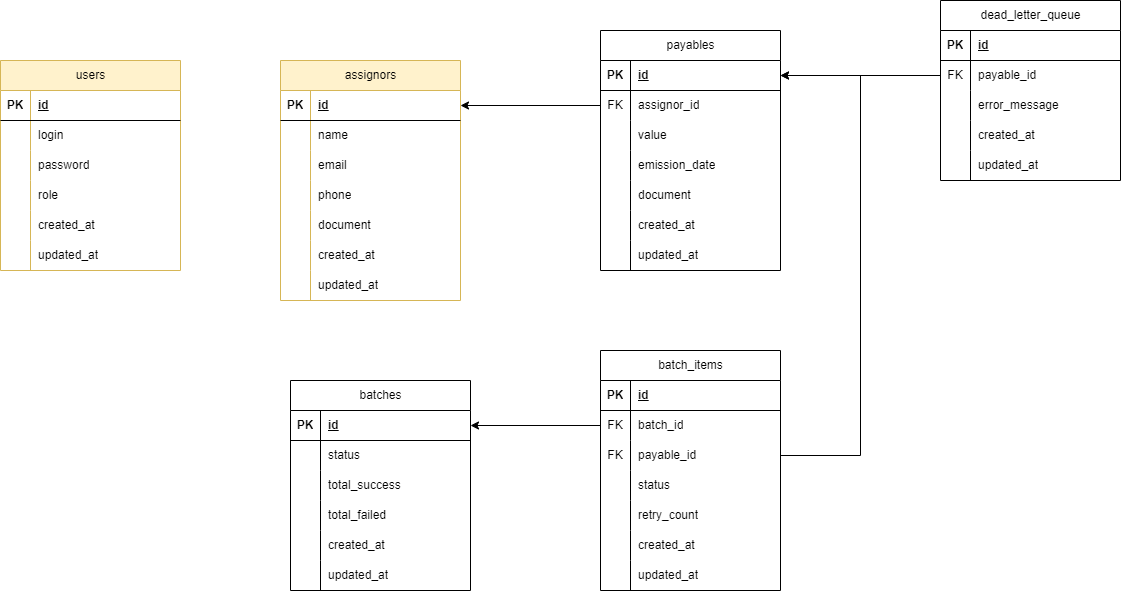
This is project/back-end/doc/diagram.drawio.png from pedrohygorveras/aprove-me, a draw.io export, as it was before one commit. Source tidied: cells renumbered, new cells last; positions are measured from the earlier drawing's top-left corner, leaving out a move shared by most shapes.
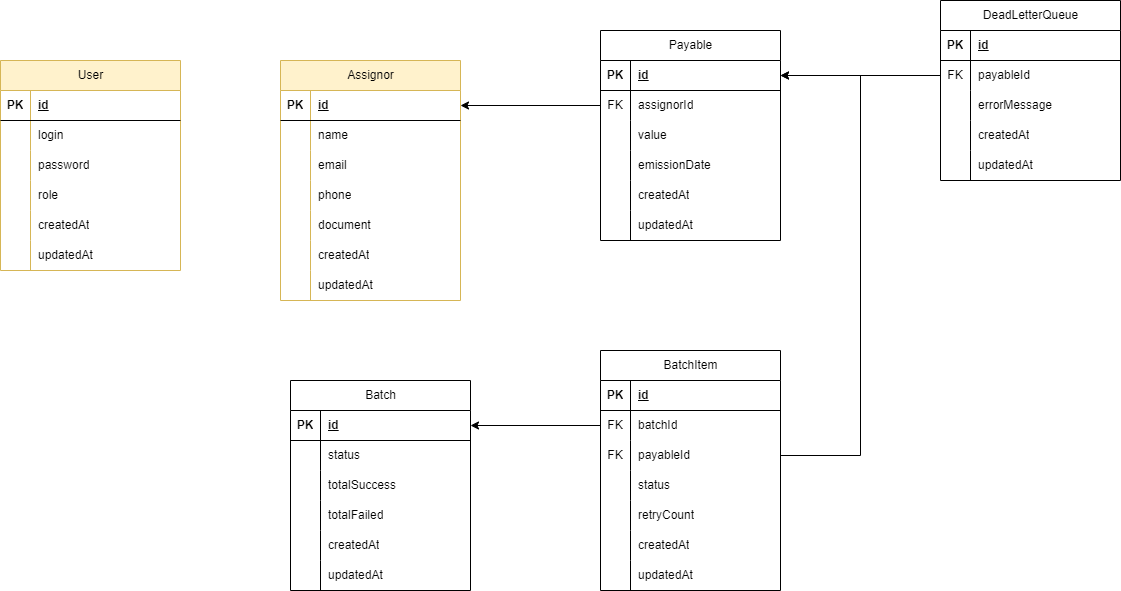
After the commit.

Commit message:
dd: project documentation and database diagram (diagram.drawio, diagram.drawio.png)

What changed in the source:
```diff
@@ -4,3 +4,3 @@
     <mxCell id="1" parent="0" />
-    <mxCell id="2" value="&lt;span style=&quot;font-weight: 400; text-wrap: wrap;&quot;&gt;assignors&lt;/span&gt;" style="shape=table;startSize=30;rowLines=0;fontStyle=1;align=center;html=1;fillColor=#fff2cc;strokeColor=#d6b656;" parent="1" vertex="1">
+    <mxCell id="2" value="&lt;span style=&quot;font-weight: 400; text-wrap: wrap;&quot;&gt;Assignor&lt;/span&gt;" style="shape=table;startSize=30;rowLines=0;fontStyle=1;align=center;html=1;fillColor=#fff2cc;strokeColor=#d6b656;" parent="1" vertex="1">
       <mxGeometry x="280" y="60" width="180" height="240" as="geometry" />
@@ -58,3 +58,3 @@
     </mxCell>
-    <mxCell id="20" value="created_at" style="shape=partialRectangle;fillColor=none;top=0;left=0;bottom=0;right=0;align=left;spacingLeft=6;overflow=hidden;whiteSpace=wrap;html=1;" parent="18" vertex="1">
+    <mxCell id="20" value="createdAt" style="shape=partialRectangle;fillColor=none;top=0;left=0;bottom=0;right=0;align=left;spacingLeft=6;overflow=hidden;whiteSpace=wrap;html=1;" parent="18" vertex="1">
       <mxGeometry x="30" width="150" height="30" as="geometry" />
@@ -67,7 +67,7 @@
     </mxCell>
-    <mxCell id="23" value="updated_at" style="shape=partialRectangle;fillColor=none;top=0;left=0;bottom=0;right=0;align=left;spacingLeft=6;overflow=hidden;whiteSpace=wrap;html=1;" parent="21" vertex="1">
+    <mxCell id="23" value="updatedAt" style="shape=partialRectangle;fillColor=none;top=0;left=0;bottom=0;right=0;align=left;spacingLeft=6;overflow=hidden;whiteSpace=wrap;html=1;" parent="21" vertex="1">
       <mxGeometry x="30" width="150" height="30" as="geometry" />
     </mxCell>
-    <mxCell id="24" value="&lt;span style=&quot;font-weight: 400; text-wrap: wrap;&quot;&gt;payables&lt;/span&gt;" style="shape=table;startSize=30;rowLines=0;fontStyle=1;align=center;html=1;" parent="1" vertex="1">
-      <mxGeometry x="600" y="30" width="180" height="240" as="geometry" />
+    <mxCell id="24" value="&lt;span style=&quot;font-weight: 400; text-wrap: wrap;&quot;&gt;Payable&lt;/span&gt;" style="shape=table;startSize=30;rowLines=0;fontStyle=1;align=center;html=1;" parent="1" vertex="1">
+      <mxGeometry x="600" y="30" width="180" height="210" as="geometry" />
     </mxCell>
@@ -88,3 +88,3 @@
     </mxCell>
-    <mxCell id="30" value="assignor_id" style="shape=partialRectangle;fillColor=none;top=0;left=0;bottom=0;right=0;align=left;spacingLeft=6;overflow=hidden;whiteSpace=wrap;html=1;" parent="28" vertex="1">
+    <mxCell id="30" value="assignorId" style="shape=partialRectangle;fillColor=none;top=0;left=0;bottom=0;right=0;align=left;spacingLeft=6;overflow=hidden;whiteSpace=wrap;html=1;" parent="28" vertex="1">
       <mxGeometry x="30" width="150" height="30" as="geometry" />
@@ -106,16 +106,7 @@
     </mxCell>
-    <mxCell id="36" value="emission_date" style="shape=partialRectangle;fillColor=none;top=0;left=0;bottom=0;right=0;align=left;spacingLeft=6;overflow=hidden;whiteSpace=wrap;html=1;" parent="34" vertex="1">
+    <mxCell id="36" value="emissionDate" style="shape=partialRectangle;fillColor=none;top=0;left=0;bottom=0;right=0;align=left;spacingLeft=6;overflow=hidden;whiteSpace=wrap;html=1;" parent="34" vertex="1">
       <mxGeometry x="30" width="150" height="30" as="geometry" />
     </mxCell>
-    <mxCell id="37" style="shape=tableRow;horizontal=0;startSize=0;swimlaneHead=0;swimlaneBody=0;fillColor=none;top=0;left=0;right=0;bottom=0;" parent="24" vertex="1">
-      <mxGeometry y="150" width="180" height="30" as="geometry" />
-    </mxCell>
-    <mxCell id="38" style="shape=partialRectangle;fillColor=none;top=0;left=0;bottom=0;right=0;overflow=hidden;whiteSpace=wrap;html=1;" parent="37" vertex="1">
-      <mxGeometry width="30" height="30" as="geometry" />
-    </mxCell>
-    <mxCell id="39" value="document" style="shape=partialRectangle;fillColor=none;top=0;left=0;bottom=0;right=0;align=left;spacingLeft=6;overflow=hidden;whiteSpace=wrap;html=1;" parent="37" vertex="1">
-      <mxGeometry x="30" width="150" height="30" as="geometry" />
-    </mxCell>
     <mxCell id="40" style="shape=tableRow;horizontal=0;startSize=0;swimlaneHead=0;swimlaneBody=0;fillColor=none;top=0;left=0;right=0;bottom=0;" parent="24" vertex="1">
-      <mxGeometry y="180" width="180" height="30" as="geometry" />
+      <mxGeometry y="150" width="180" height="30" as="geometry" />
     </mxCell>
@@ -124,3 +115,3 @@
     </mxCell>
-    <mxCell id="42" value="created_at" style="shape=partialRectangle;fillColor=none;top=0;left=0;bottom=0;right=0;align=left;spacingLeft=6;overflow=hidden;whiteSpace=wrap;html=1;" parent="40" vertex="1">
+    <mxCell id="42" value="createdAt" style="shape=partialRectangle;fillColor=none;top=0;left=0;bottom=0;right=0;align=left;spacingLeft=6;overflow=hidden;whiteSpace=wrap;html=1;" parent="40" vertex="1">
       <mxGeometry x="30" width="150" height="30" as="geometry" />
@@ -128,3 +119,3 @@
     <mxCell id="43" style="shape=tableRow;horizontal=0;startSize=0;swimlaneHead=0;swimlaneBody=0;fillColor=none;top=0;left=0;right=0;bottom=0;" parent="24" vertex="1">
-      <mxGeometry y="210" width="180" height="30" as="geometry" />
+      <mxGeometry y="180" width="180" height="30" as="geometry" />
     </mxCell>
@@ -133,3 +124,3 @@
     </mxCell>
-    <mxCell id="45" value="updated_at" style="shape=partialRectangle;fillColor=none;top=0;left=0;bottom=0;right=0;align=left;spacingLeft=6;overflow=hidden;whiteSpace=wrap;html=1;" parent="43" vertex="1">
+    <mxCell id="45" value="updatedAt" style="shape=partialRectangle;fillColor=none;top=0;left=0;bottom=0;right=0;align=left;spacingLeft=6;overflow=hidden;whiteSpace=wrap;html=1;" parent="43" vertex="1">
       <mxGeometry x="30" width="150" height="30" as="geometry" />
@@ -139,3 +130,3 @@
     </mxCell>
-    <mxCell id="47" value="&lt;span style=&quot;font-weight: 400; text-wrap: wrap;&quot;&gt;users&lt;/span&gt;" style="shape=table;startSize=30;rowLines=0;fontStyle=1;align=center;html=1;fillColor=#fff2cc;strokeColor=#d6b656;" parent="1" vertex="1">
+    <mxCell id="47" value="&lt;span style=&quot;font-weight: 400; text-wrap: wrap;&quot;&gt;User&lt;/span&gt;" style="shape=table;startSize=30;rowLines=0;fontStyle=1;align=center;html=1;fillColor=#fff2cc;strokeColor=#d6b656;" parent="1" vertex="1">
       <mxGeometry y="60" width="180" height="210" as="geometry" />
@@ -184,3 +175,3 @@
     </mxCell>
-    <mxCell id="62" value="created_at" style="shape=partialRectangle;fillColor=none;top=0;left=0;bottom=0;right=0;align=left;spacingLeft=6;overflow=hidden;whiteSpace=wrap;html=1;" parent="60" vertex="1">
+    <mxCell id="62" value="createdAt" style="shape=partialRectangle;fillColor=none;top=0;left=0;bottom=0;right=0;align=left;spacingLeft=6;overflow=hidden;whiteSpace=wrap;html=1;" parent="60" vertex="1">
       <mxGeometry x="30" width="150" height="30" as="geometry" />
@@ -193,6 +184,6 @@
     </mxCell>
-    <mxCell id="65" value="updated_at" style="shape=partialRectangle;fillColor=none;top=0;left=0;bottom=0;right=0;align=left;spacingLeft=6;overflow=hidden;whiteSpace=wrap;html=1;" parent="63" vertex="1">
+    <mxCell id="65" value="updatedAt" style="shape=partialRectangle;fillColor=none;top=0;left=0;bottom=0;right=0;align=left;spacingLeft=6;overflow=hidden;whiteSpace=wrap;html=1;" parent="63" vertex="1">
       <mxGeometry x="30" width="150" height="30" as="geometry" />
     </mxCell>
-    <mxCell id="66" value="&lt;span style=&quot;font-weight: 400; text-wrap: wrap;&quot;&gt;batches&lt;/span&gt;" style="shape=table;startSize=30;rowLines=0;fontStyle=1;align=center;html=1;" parent="1" vertex="1">
+    <mxCell id="66" value="&lt;span style=&quot;font-weight: 400; text-wrap: wrap;&quot;&gt;Batch&lt;/span&gt;" style="shape=table;startSize=30;rowLines=0;fontStyle=1;align=center;html=1;" parent="1" vertex="1">
       <mxGeometry x="290" y="380" width="180" height="210" as="geometry" />
@@ -223,3 +214,3 @@
     </mxCell>
-    <mxCell id="75" value="total_success" style="shape=partialRectangle;fillColor=none;top=0;left=0;bottom=0;right=0;align=left;spacingLeft=6;overflow=hidden;whiteSpace=wrap;html=1;" parent="73" vertex="1">
+    <mxCell id="75" value="totalSuccess" style="shape=partialRectangle;fillColor=none;top=0;left=0;bottom=0;right=0;align=left;spacingLeft=6;overflow=hidden;whiteSpace=wrap;html=1;" parent="73" vertex="1">
       <mxGeometry x="30" width="150" height="30" as="geometry" />
@@ -232,3 +223,3 @@
     </mxCell>
-    <mxCell id="78" value="total_failed" style="shape=partialRectangle;fillColor=none;top=0;left=0;bottom=0;right=0;align=left;spacingLeft=6;overflow=hidden;whiteSpace=wrap;html=1;" parent="76" vertex="1">
+    <mxCell id="78" value="totalFailed" style="shape=partialRectangle;fillColor=none;top=0;left=0;bottom=0;right=0;align=left;spacingLeft=6;overflow=hidden;whiteSpace=wrap;html=1;" parent="76" vertex="1">
       <mxGeometry x="30" width="150" height="30" as="geometry" />
@@ -241,3 +232,3 @@
     </mxCell>
-    <mxCell id="81" value="created_at" style="shape=partialRectangle;fillColor=none;top=0;left=0;bottom=0;right=0;align=left;spacingLeft=6;overflow=hidden;whiteSpace=wrap;html=1;" parent="79" vertex="1">
+    <mxCell id="81" value="createdAt" style="shape=partialRectangle;fillColor=none;top=0;left=0;bottom=0;right=0;align=left;spacingLeft=6;overflow=hidden;whiteSpace=wrap;html=1;" parent="79" vertex="1">
       <mxGeometry x="30" width="150" height="30" as="geometry" />
@@ -250,6 +241,6 @@
     </mxCell>
-    <mxCell id="84" value="updated_at" style="shape=partialRectangle;fillColor=none;top=0;left=0;bottom=0;right=0;align=left;spacingLeft=6;overflow=hidden;whiteSpace=wrap;html=1;" parent="82" vertex="1">
+    <mxCell id="84" value="updatedAt" style="shape=partialRectangle;fillColor=none;top=0;left=0;bottom=0;right=0;align=left;spacingLeft=6;overflow=hidden;whiteSpace=wrap;html=1;" parent="82" vertex="1">
       <mxGeometry x="30" width="150" height="30" as="geometry" />
     </mxCell>
-    <mxCell id="85" value="&lt;span style=&quot;font-weight: 400; text-wrap: wrap;&quot;&gt;batch_items&lt;/span&gt;" style="shape=table;startSize=30;rowLines=0;fontStyle=1;align=center;html=1;" parent="1" vertex="1">
+    <mxCell id="85" value="&lt;span style=&quot;font-weight: 400; text-wrap: wrap;&quot;&gt;BatchItem&lt;/span&gt;" style="shape=table;startSize=30;rowLines=0;fontStyle=1;align=center;html=1;" parent="1" vertex="1">
       <mxGeometry x="600" y="350" width="180" height="240" as="geometry" />
@@ -271,3 +262,3 @@
     </mxCell>
-    <mxCell id="91" value="batch_id" style="shape=partialRectangle;fillColor=none;top=0;left=0;bottom=0;right=0;align=left;spacingLeft=6;overflow=hidden;whiteSpace=wrap;html=1;" parent="89" vertex="1">
+    <mxCell id="91" value="batchId" style="shape=partialRectangle;fillColor=none;top=0;left=0;bottom=0;right=0;align=left;spacingLeft=6;overflow=hidden;whiteSpace=wrap;html=1;" parent="89" vertex="1">
       <mxGeometry x="30" width="150" height="30" as="geometry" />
@@ -280,3 +271,3 @@
     </mxCell>
-    <mxCell id="94" value="payable_id" style="shape=partialRectangle;fillColor=none;top=0;left=0;bottom=0;right=0;align=left;spacingLeft=6;overflow=hidden;whiteSpace=wrap;html=1;" parent="92" vertex="1">
+    <mxCell id="94" value="payableId" style="shape=partialRectangle;fillColor=none;top=0;left=0;bottom=0;right=0;align=left;spacingLeft=6;overflow=hidden;whiteSpace=wrap;html=1;" parent="92" vertex="1">
       <mxGeometry x="30" width="150" height="30" as="geometry" />
@@ -298,3 +289,3 @@
     </mxCell>
-    <mxCell id="100" value="retry_count" style="shape=partialRectangle;fillColor=none;top=0;left=0;bottom=0;right=0;align=left;spacingLeft=6;overflow=hidden;whiteSpace=wrap;html=1;" parent="98" vertex="1">
+    <mxCell id="100" value="retryCount" style="shape=partialRectangle;fillColor=none;top=0;left=0;bottom=0;right=0;align=left;spacingLeft=6;overflow=hidden;whiteSpace=wrap;html=1;" parent="98" vertex="1">
       <mxGeometry x="30" width="150" height="30" as="geometry" />
@@ -307,3 +298,3 @@
     </mxCell>
-    <mxCell id="103" value="created_at" style="shape=partialRectangle;fillColor=none;top=0;left=0;bottom=0;right=0;align=left;spacingLeft=6;overflow=hidden;whiteSpace=wrap;html=1;" parent="101" vertex="1">
+    <mxCell id="103" value="createdAt" style="shape=partialRectangle;fillColor=none;top=0;left=0;bottom=0;right=0;align=left;spacingLeft=6;overflow=hidden;whiteSpace=wrap;html=1;" parent="101" vertex="1">
       <mxGeometry x="30" width="150" height="30" as="geometry" />
@@ -316,3 +307,3 @@
     </mxCell>
-    <mxCell id="106" value="updated_at" style="shape=partialRectangle;fillColor=none;top=0;left=0;bottom=0;right=0;align=left;spacingLeft=6;overflow=hidden;whiteSpace=wrap;html=1;" parent="104" vertex="1">
+    <mxCell id="106" value="updatedAt" style="shape=partialRectangle;fillColor=none;top=0;left=0;bottom=0;right=0;align=left;spacingLeft=6;overflow=hidden;whiteSpace=wrap;html=1;" parent="104" vertex="1">
       <mxGeometry x="30" width="150" height="30" as="geometry" />
@@ -330,3 +321,3 @@
     </mxCell>
-    <mxCell id="109" value="&lt;span style=&quot;font-weight: 400; text-wrap: wrap;&quot;&gt;dead_letter_queue&lt;/span&gt;" style="shape=table;startSize=30;rowLines=0;fontStyle=1;align=center;html=1;" parent="1" vertex="1">
+    <mxCell id="109" value="&lt;span style=&quot;font-weight: 400; text-wrap: wrap;&quot;&gt;DeadLetterQueue&lt;/span&gt;" style="shape=table;startSize=30;rowLines=0;fontStyle=1;align=center;html=1;" parent="1" vertex="1">
       <mxGeometry x="940" width="180" height="180" as="geometry" />
@@ -348,3 +339,3 @@
     </mxCell>
-    <mxCell id="115" value="payable_id" style="shape=partialRectangle;fillColor=none;top=0;left=0;bottom=0;right=0;align=left;spacingLeft=6;overflow=hidden;whiteSpace=wrap;html=1;" parent="113" vertex="1">
+    <mxCell id="115" value="payableId" style="shape=partialRectangle;fillColor=none;top=0;left=0;bottom=0;right=0;align=left;spacingLeft=6;overflow=hidden;whiteSpace=wrap;html=1;" parent="113" vertex="1">
       <mxGeometry x="30" width="150" height="30" as="geometry" />
@@ -357,3 +348,3 @@
     </mxCell>
-    <mxCell id="118" value="error_message" style="shape=partialRectangle;fillColor=none;top=0;left=0;bottom=0;right=0;align=left;spacingLeft=6;overflow=hidden;whiteSpace=wrap;html=1;" parent="116" vertex="1">
+    <mxCell id="118" value="errorMessage" style="shape=partialRectangle;fillColor=none;top=0;left=0;bottom=0;right=0;align=left;spacingLeft=6;overflow=hidden;whiteSpace=wrap;html=1;" parent="116" vertex="1">
       <mxGeometry x="30" width="150" height="30" as="geometry" />
@@ -366,3 +357,3 @@
     </mxCell>
-    <mxCell id="121" value="created_at" style="shape=partialRectangle;fillColor=none;top=0;left=0;bottom=0;right=0;align=left;spacingLeft=6;overflow=hidden;whiteSpace=wrap;html=1;" parent="119" vertex="1">
+    <mxCell id="121" value="createdAt" style="shape=partialRectangle;fillColor=none;top=0;left=0;bottom=0;right=0;align=left;spacingLeft=6;overflow=hidden;whiteSpace=wrap;html=1;" parent="119" vertex="1">
       <mxGeometry x="30" width="150" height="30" as="geometry" />
@@ -375,3 +366,3 @@
     </mxCell>
-    <mxCell id="124" value="updated_at" style="shape=partialRectangle;fillColor=none;top=0;left=0;bottom=0;right=0;align=left;spacingLeft=6;overflow=hidden;whiteSpace=wrap;html=1;" parent="122" vertex="1">
+    <mxCell id="124" value="updatedAt" style="shape=partialRectangle;fillColor=none;top=0;left=0;bottom=0;right=0;align=left;spacingLeft=6;overflow=hidden;whiteSpace=wrap;html=1;" parent="122" vertex="1">
       <mxGeometry x="30" width="150" height="30" as="geometry" />
```
